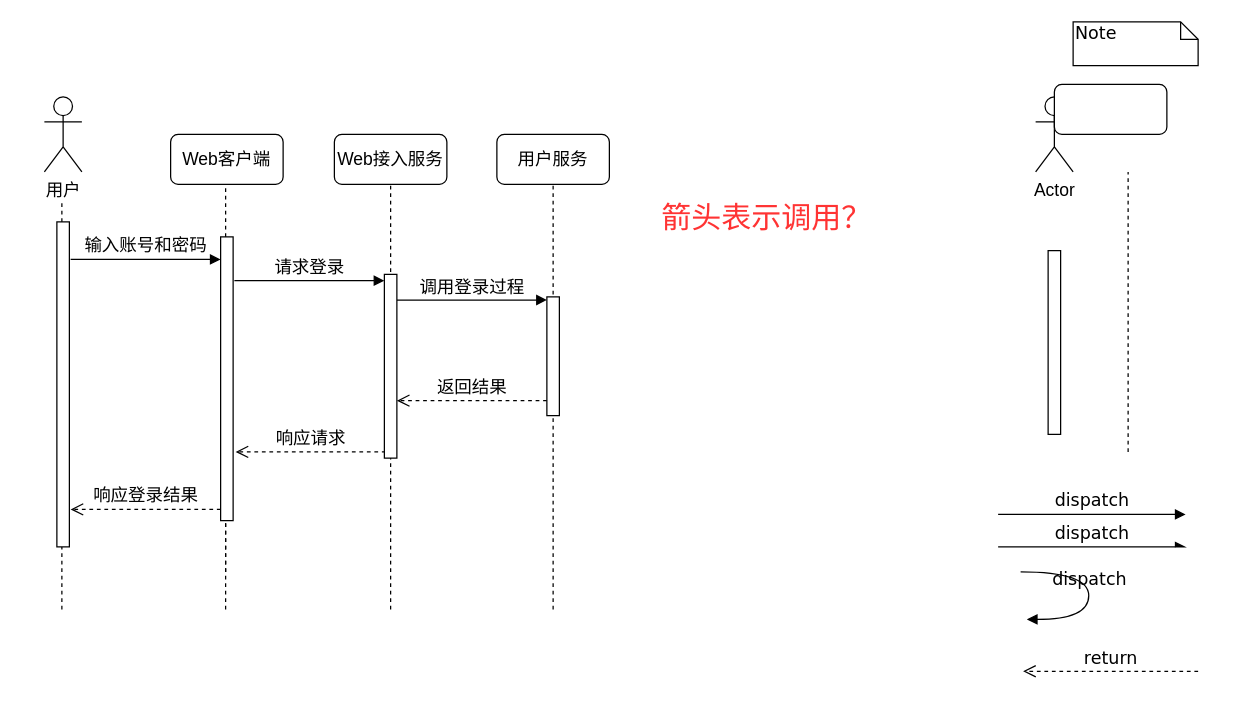
waterwatermelon/graph keeps this draw.io diagram as sequence-login.drawio. Above is the earlier version. Source tidied: cells renumbered, new cells numbered last; positions are measured from the earlier drawing's top-left corner, leaving out a move shared by most shapes. Both pictures are drawn from the tidied source at 125%, with x=0, y=0 at pixel (44, 21).
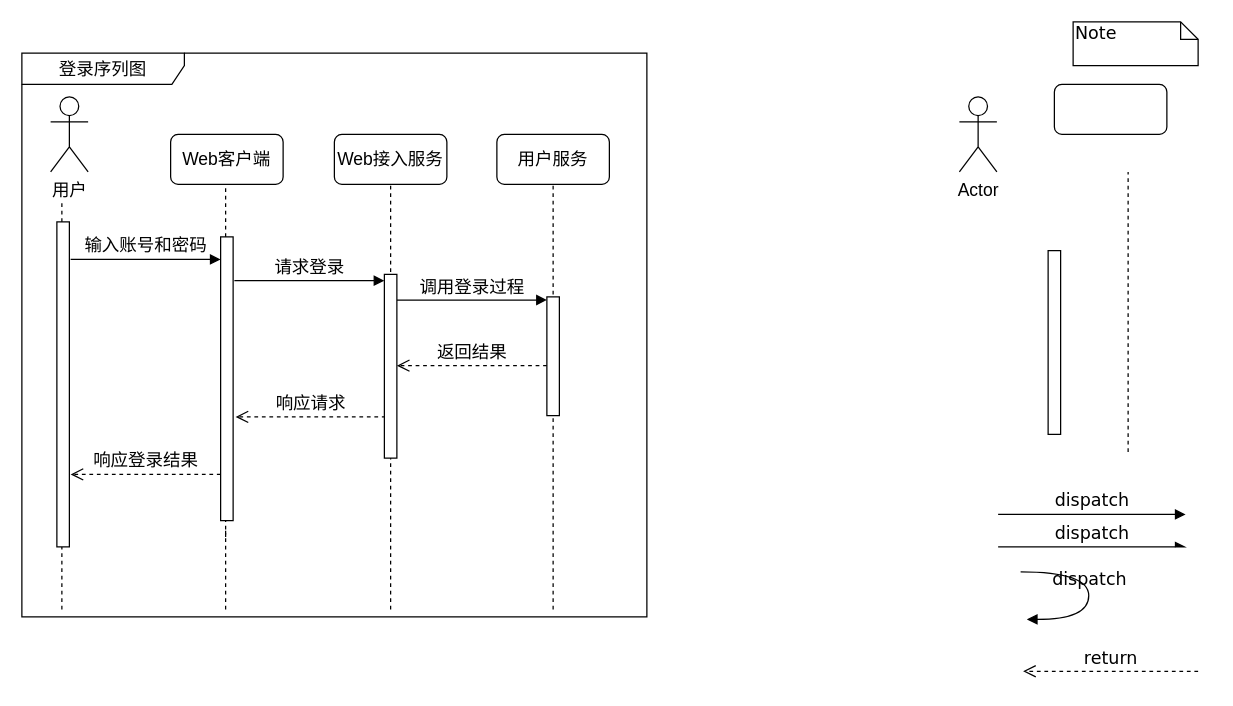
The same diagram, later.

Unchanged cells that the change refers to:
```xml
<mxCell id="18" style="html=1;points=[];perimeter=orthogonalPerimeter;rounded=0;shadow=0;comic=0;labelBackgroundColor=none;strokeColor=#000000;strokeWidth=1;fillColor=#FFFFFF;fontFamily=Verdana;fontSize=14;fontColor=#000000;align=center;" parent="1" vertex="1">
  <mxGeometry x="141" y="172" width="10" height="227" as="geometry" />
</mxCell>
<mxCell id="25" style="html=1;points=[];perimeter=orthogonalPerimeter;rounded=0;shadow=0;comic=0;labelBackgroundColor=none;strokeColor=#000000;strokeWidth=1;fillColor=#FFFFFF;fontFamily=Verdana;fontSize=14;fontColor=#000000;align=center;" parent="1" vertex="1">
  <mxGeometry x="10" y="160" width="10" height="260" as="geometry" />
</mxCell>
```

The edit, as a diff of the source:
```diff
@@
+    <mxCell id="33" value="登录序列图" style="shape=umlFrame;whiteSpace=wrap;html=1;fontSize=14;width=130;height=25;" parent="1" vertex="1">
+      <mxGeometry x="-18" y="25" width="500" height="451" as="geometry" />
+    </mxCell>
@@
     <mxCell id="8" value="Actor" style="shape=umlActor;verticalLabelPosition=bottom;labelBackgroundColor=#ffffff;verticalAlign=top;html=1;fontSize=14;fontColor=#000000;" parent="1" vertex="1">
-      <mxGeometry x="793" y="60" width="30" height="60" as="geometry" />
+      <mxGeometry x="732" y="60" width="30" height="60" as="geometry" />
     </mxCell>
@@
-    <mxCell id="16" style="endArrow=none;dashed=1;html=1;fontSize=14;fontColor=#000000;" parent="1" edge="1" target="18">
+    <mxCell id="16" style="endArrow=none;dashed=1;html=1;fontSize=14;fontColor=#000000;" parent="1" edge="1">
       <mxGeometry relative="1" as="geometry">
-        <mxPoint x="145" y="440" as="sourcePoint" />
+        <mxPoint x="145" y="412" as="sourcePoint" />
+        <mxPoint x="145" y="371" as="targetPoint" />
       </mxGeometry>
     </mxCell>
@@
-    <mxCell id="19" value="&lt;font style=&quot;font-size: 24px&quot; color=&quot;#ff3333&quot;&gt;箭头表示调用？&lt;/font&gt;" style="text;html=1;align=left;verticalAlign=top;spacingTop=-4;fontSize=14;fontColor=#000000;" parent="1" vertex="1">
-      <mxGeometry x="492" y="140" width="180" height="20" as="geometry" />
-    </mxCell>
@@
     <mxCell id="22" value="返回结果" style="html=1;verticalAlign=bottom;endArrow=open;dashed=1;endSize=8;labelBackgroundColor=none;fontFamily=Verdana;fontSize=14;fontColor=#000000;" parent="1" edge="1">
       <mxGeometry relative="1" as="geometry">
-        <mxPoint x="402" y="303" as="sourcePoint" />
-        <mxPoint x="282" y="303" as="targetPoint" />
+        <mxPoint x="402" y="275" as="sourcePoint" />
+        <mxPoint x="282" y="275" as="targetPoint" />
       </mxGeometry>
     </mxCell>
     <mxCell id="23" value="响应请求" style="html=1;verticalAlign=bottom;endArrow=open;dashed=1;endSize=8;labelBackgroundColor=none;fontFamily=Verdana;fontSize=14;fontColor=#000000;" parent="1" edge="1">
       <mxGeometry relative="1" as="geometry">
-        <mxPoint x="273" y="344" as="sourcePoint" />
-        <mxPoint x="153" y="344" as="targetPoint" />
+        <mxPoint x="273" y="316" as="sourcePoint" />
+        <mxPoint x="153" y="316" as="targetPoint" />
       </mxGeometry>
     </mxCell>
@@
-    <mxCell id="26" style="endArrow=none;dashed=1;html=1;fontSize=14;fontColor=#000000;" parent="1" edge="1" target="25">
+    <mxCell id="26" style="endArrow=none;dashed=1;html=1;fontSize=14;fontColor=#000000;" parent="1" edge="1">
       <mxGeometry relative="1" as="geometry">
         <mxPoint x="14" y="470" as="sourcePoint" />
+        <mxPoint x="14" y="420" as="targetPoint" />
       </mxGeometry>
     </mxCell>
-    <mxCell id="27" style="endArrow=none;dashed=1;html=1;fontSize=14;fontColor=#000000;" parent="1" edge="1" target="18">
+    <mxCell id="27" style="endArrow=none;dashed=1;html=1;fontSize=14;fontColor=#000000;" parent="1" edge="1">
       <mxGeometry relative="1" as="geometry">
         <mxPoint x="145" y="470" as="sourcePoint" />
+        <mxPoint x="145" y="405.5" as="targetPoint" />
       </mxGeometry>
     </mxCell>
@@
     <mxCell id="29" value="&lt;font style=&quot;font-size: 14px&quot;&gt;用户&lt;/font&gt;" style="shape=umlActor;verticalLabelPosition=bottom;labelBackgroundColor=#ffffff;verticalAlign=top;html=1;fontSize=14;fontColor=#000000;" parent="1" vertex="1">
-      <mxGeometry y="60" width="30" height="60" as="geometry" />
+      <mxGeometry x="5" y="60" width="30" height="60" as="geometry" />
     </mxCell>
     <mxCell id="30" value="响应登录结果" style="html=1;verticalAlign=bottom;endArrow=open;dashed=1;endSize=8;labelBackgroundColor=none;fontFamily=Verdana;fontSize=14;fontColor=#000000;" parent="1" edge="1">
       <mxGeometry relative="1" as="geometry">
-        <mxPoint x="141" y="390" as="sourcePoint" />
-        <mxPoint x="21" y="390" as="targetPoint" />
+        <mxPoint x="141" y="362" as="sourcePoint" />
+        <mxPoint x="21" y="362" as="targetPoint" />
       </mxGeometry>
     </mxCell>
```
